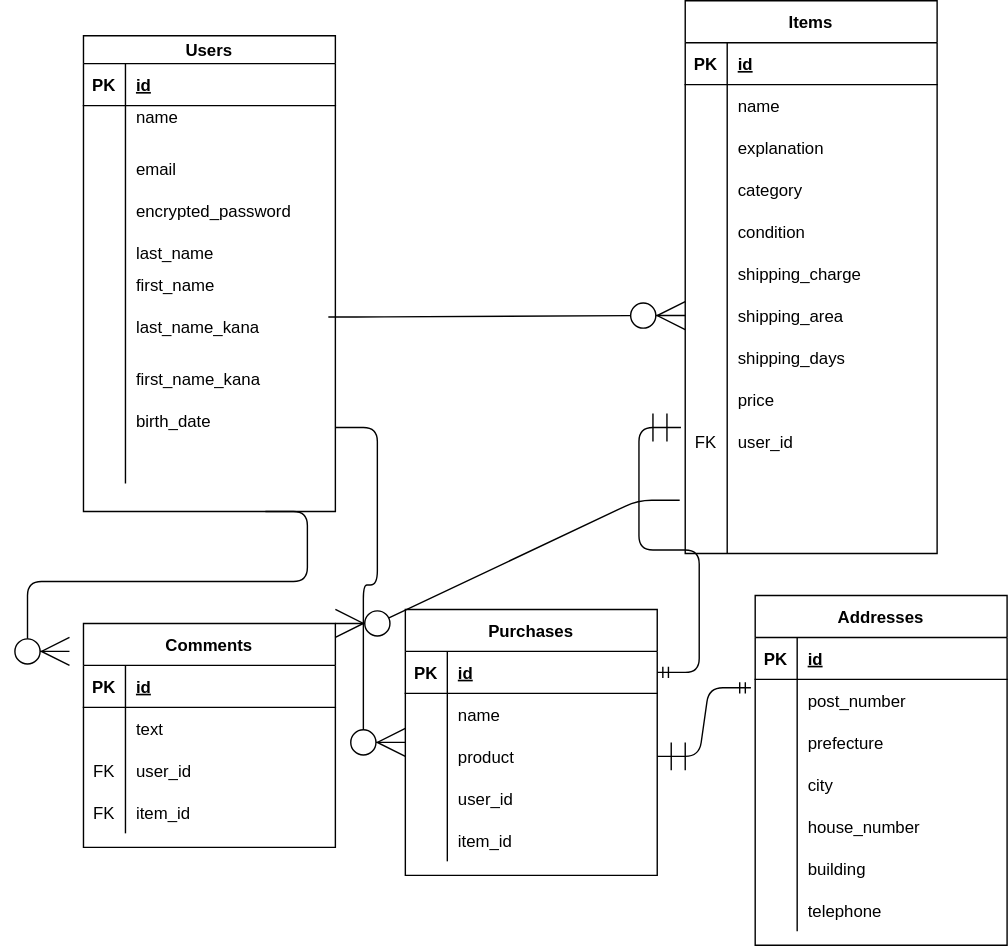
The draw.io diagram test.drawio.svg in kazu121212/furima-37083, before a commit. Source tidied: cells renumbered, new cells last; positions are measured from the earlier drawing's top-left corner, leaving out a move shared by most shapes.
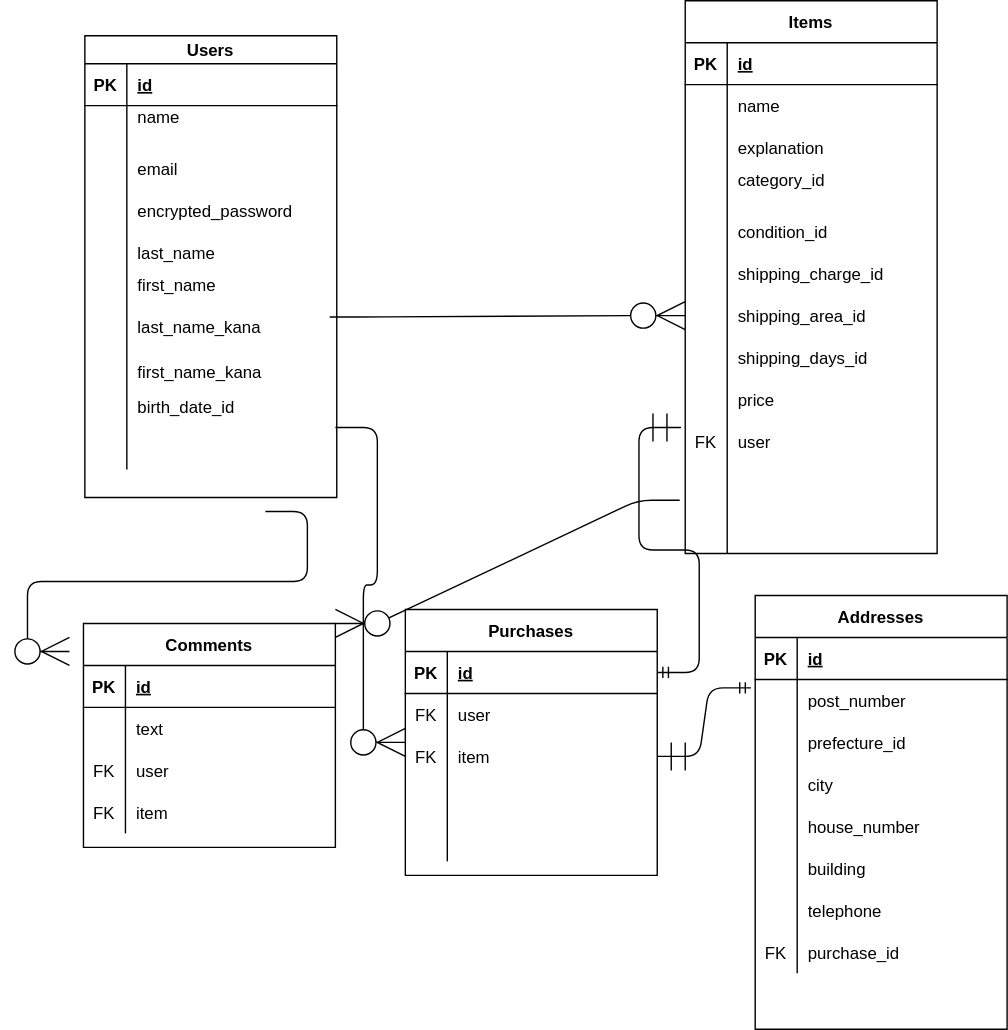
The same diagram one commit later.

Commit message:
カラム名変更

Diff of the diagram source:
```diff
@@ -3,7 +3,7 @@
     <mxCell id="0" />
     <mxCell id="1" parent="0" />
     <mxCell id="2" value="Users" style="shape=table;startSize=20;rowLines=0;fontStyle=1;align=center;" parent="1" vertex="1">
-      <mxGeometry x="10" y="25" width="180" height="340" as="geometry" />
+      <mxGeometry x="11" y="25" width="180" height="330" as="geometry" />
     </mxCell>
     <mxCell id="3" style="shape=partialRectangle;fillColor=none;top=0;left=0;bottom=1;right=0;" parent="2" vertex="1">
       <mxGeometry y="20" width="180" height="30" as="geometry" />
@@ -69,25 +69,25 @@
       <mxGeometry x="30" width="150" height="30" as="geometry" />
     </mxCell>
     <mxCell id="24" style="shape=partialRectangle;fillColor=none;top=0;left=0;bottom=0;right=0;" parent="2" vertex="1">
-      <mxGeometry y="230" width="180" height="30" as="geometry" />
+      <mxGeometry y="230" width="180" height="20" as="geometry" />
     </mxCell>
     <mxCell id="25" style="shape=partialRectangle;fillColor=none;top=0;left=0;bottom=0;right=0;overflow=hidden;" parent="24" vertex="1">
-      <mxGeometry width="30" height="30" as="geometry" />
+      <mxGeometry width="30" height="20" as="geometry" />
     </mxCell>
     <mxCell id="26" value="first_name_kana" style="shape=partialRectangle;fillColor=none;top=0;left=0;bottom=0;right=0;align=left;spacingLeft=6;overflow=hidden;" parent="24" vertex="1">
-      <mxGeometry x="30" width="150" height="30" as="geometry" />
+      <mxGeometry x="30" width="150" height="20" as="geometry" />
     </mxCell>
     <mxCell id="27" style="shape=partialRectangle;fillColor=none;top=0;left=0;bottom=0;right=0;" parent="2" vertex="1">
-      <mxGeometry y="260" width="180" height="30" as="geometry" />
+      <mxGeometry y="250" width="180" height="30" as="geometry" />
     </mxCell>
     <mxCell id="28" style="shape=partialRectangle;fillColor=none;top=0;left=0;bottom=0;right=0;overflow=hidden;" parent="27" vertex="1">
       <mxGeometry width="30" height="30" as="geometry" />
     </mxCell>
-    <mxCell id="29" value="birth_date" style="shape=partialRectangle;fillColor=none;top=0;left=0;bottom=0;right=0;align=left;spacingLeft=6;overflow=hidden;" parent="27" vertex="1">
+    <mxCell id="29" value="birth_date_id" style="shape=partialRectangle;fillColor=none;top=0;left=0;bottom=0;right=0;align=left;spacingLeft=6;overflow=hidden;" parent="27" vertex="1">
       <mxGeometry x="30" width="150" height="30" as="geometry" />
     </mxCell>
     <mxCell id="30" style="shape=partialRectangle;fillColor=none;top=0;left=0;bottom=0;right=0;" parent="2" vertex="1">
-      <mxGeometry y="290" width="180" height="30" as="geometry" />
+      <mxGeometry y="280" width="180" height="30" as="geometry" />
     </mxCell>
     <mxCell id="31" style="shape=partialRectangle;fillColor=none;top=0;left=0;bottom=0;right=0;overflow=hidden;" parent="30" vertex="1">
       <mxGeometry width="30" height="30" as="geometry" />
@@ -131,7 +131,7 @@
     <mxCell id="44" style="shape=partialRectangle;fillColor=none;top=0;left=0;bottom=0;right=0;overflow=hidden;" parent="43" vertex="1">
       <mxGeometry width="30" height="30" as="geometry" />
     </mxCell>
-    <mxCell id="45" value="category" style="shape=partialRectangle;fillColor=none;top=0;left=0;bottom=0;right=0;align=left;spacingLeft=6;overflow=hidden;" parent="43" vertex="1">
+    <mxCell id="45" value="category_id                &#10;" style="shape=partialRectangle;fillColor=none;top=0;left=0;bottom=0;right=0;align=left;spacingLeft=6;overflow=hidden;" parent="43" vertex="1">
       <mxGeometry x="30" width="150" height="30" as="geometry" />
     </mxCell>
     <mxCell id="46" style="shape=partialRectangle;fillColor=none;top=0;left=0;bottom=0;right=0;" parent="33" vertex="1">
@@ -140,7 +140,7 @@
     <mxCell id="47" style="shape=partialRectangle;fillColor=none;top=0;left=0;bottom=0;right=0;overflow=hidden;" parent="46" vertex="1">
       <mxGeometry width="30" height="30" as="geometry" />
     </mxCell>
-    <mxCell id="48" value="condition" style="shape=partialRectangle;fillColor=none;top=0;left=0;bottom=0;right=0;align=left;spacingLeft=6;overflow=hidden;" parent="46" vertex="1">
+    <mxCell id="48" value="condition_id" style="shape=partialRectangle;fillColor=none;top=0;left=0;bottom=0;right=0;align=left;spacingLeft=6;overflow=hidden;" parent="46" vertex="1">
       <mxGeometry x="30" width="150" height="30" as="geometry" />
     </mxCell>
     <mxCell id="49" style="shape=partialRectangle;fillColor=none;top=0;left=0;bottom=0;right=0;" parent="33" vertex="1">
@@ -149,7 +149,7 @@
     <mxCell id="50" style="shape=partialRectangle;fillColor=none;top=0;left=0;bottom=0;right=0;overflow=hidden;" parent="49" vertex="1">
       <mxGeometry width="30" height="30" as="geometry" />
     </mxCell>
-    <mxCell id="51" value="shipping_charge" style="shape=partialRectangle;fillColor=none;top=0;left=0;bottom=0;right=0;align=left;spacingLeft=6;overflow=hidden;" parent="49" vertex="1">
+    <mxCell id="51" value="shipping_charge_id" style="shape=partialRectangle;fillColor=none;top=0;left=0;bottom=0;right=0;align=left;spacingLeft=6;overflow=hidden;" parent="49" vertex="1">
       <mxGeometry x="30" width="150" height="30" as="geometry" />
     </mxCell>
     <mxCell id="52" style="shape=partialRectangle;fillColor=none;top=0;left=0;bottom=0;right=0;points=[[0,0.5],[1,0.5]];portConstraint=eastwest;" parent="33" vertex="1">
@@ -158,7 +158,7 @@
     <mxCell id="53" style="shape=partialRectangle;fillColor=none;top=0;left=0;bottom=0;right=0;overflow=hidden;" parent="52" vertex="1">
       <mxGeometry width="30" height="30" as="geometry" />
     </mxCell>
-    <mxCell id="54" value="shipping_area" style="shape=partialRectangle;fillColor=none;top=0;left=0;bottom=0;right=0;align=left;spacingLeft=6;overflow=hidden;" parent="52" vertex="1">
+    <mxCell id="54" value="shipping_area_id" style="shape=partialRectangle;fillColor=none;top=0;left=0;bottom=0;right=0;align=left;spacingLeft=6;overflow=hidden;" parent="52" vertex="1">
       <mxGeometry x="30" width="150" height="30" as="geometry" />
     </mxCell>
     <mxCell id="55" style="shape=partialRectangle;fillColor=none;top=0;left=0;bottom=0;right=0;" parent="33" vertex="1">
@@ -167,7 +167,7 @@
     <mxCell id="56" style="shape=partialRectangle;fillColor=none;top=0;left=0;bottom=0;right=0;overflow=hidden;" parent="55" vertex="1">
       <mxGeometry width="30" height="30" as="geometry" />
     </mxCell>
-    <mxCell id="57" value="shipping_days" style="shape=partialRectangle;fillColor=none;top=0;left=0;bottom=0;right=0;align=left;spacingLeft=6;overflow=hidden;" parent="55" vertex="1">
+    <mxCell id="57" value="shipping_days_id" style="shape=partialRectangle;fillColor=none;top=0;left=0;bottom=0;right=0;align=left;spacingLeft=6;overflow=hidden;" parent="55" vertex="1">
       <mxGeometry x="30" width="150" height="30" as="geometry" />
     </mxCell>
     <mxCell id="58" style="shape=partialRectangle;fillColor=none;top=0;left=0;bottom=0;right=0;" parent="33" vertex="1">
@@ -185,7 +185,7 @@
     <mxCell id="62" value="FK" style="shape=partialRectangle;fillColor=none;top=0;left=0;bottom=0;right=0;overflow=hidden;" parent="61" vertex="1">
       <mxGeometry width="30" height="30" as="geometry" />
     </mxCell>
-    <mxCell id="63" value="user_id" style="shape=partialRectangle;fillColor=none;top=0;left=0;bottom=0;right=0;align=left;spacingLeft=6;overflow=hidden;" parent="61" vertex="1">
+    <mxCell id="63" value="user" style="shape=partialRectangle;fillColor=none;top=0;left=0;bottom=0;right=0;align=left;spacingLeft=6;overflow=hidden;" parent="61" vertex="1">
       <mxGeometry x="30" width="150" height="30" as="geometry" />
     </mxCell>
     <mxCell id="64" style="shape=partialRectangle;fillColor=none;top=0;left=0;bottom=0;right=0;points=[[0,0.5],[1,0.5]];portConstraint=eastwest;" parent="33" vertex="1">
@@ -233,7 +233,7 @@
     <mxCell id="78" value="FK" style="shape=partialRectangle;fillColor=none;top=0;left=0;bottom=0;right=0;overflow=hidden;" parent="77" vertex="1">
       <mxGeometry width="30" height="30" as="geometry" />
     </mxCell>
-    <mxCell id="79" value="user_id" style="shape=partialRectangle;fillColor=none;top=0;left=0;bottom=0;right=0;align=left;spacingLeft=6;overflow=hidden;" parent="77" vertex="1">
+    <mxCell id="79" value="user" style="shape=partialRectangle;fillColor=none;top=0;left=0;bottom=0;right=0;align=left;spacingLeft=6;overflow=hidden;" parent="77" vertex="1">
       <mxGeometry x="30" width="150" height="30" as="geometry" />
     </mxCell>
     <mxCell id="80" style="shape=partialRectangle;fillColor=none;top=0;left=0;bottom=0;right=0;" parent="70" vertex="1">
@@ -242,7 +242,7 @@
     <mxCell id="81" value="FK" style="shape=partialRectangle;fillColor=none;top=0;left=0;bottom=0;right=0;overflow=hidden;" parent="80" vertex="1">
       <mxGeometry width="30" height="30" as="geometry" />
     </mxCell>
-    <mxCell id="82" value="item_id" style="shape=partialRectangle;fillColor=none;top=0;left=0;bottom=0;right=0;align=left;spacingLeft=6;overflow=hidden;" parent="80" vertex="1">
+    <mxCell id="82" value="item" style="shape=partialRectangle;fillColor=none;top=0;left=0;bottom=0;right=0;align=left;spacingLeft=6;overflow=hidden;" parent="80" vertex="1">
       <mxGeometry x="30" width="150" height="30" as="geometry" />
     </mxCell>
     <mxCell id="83" value="Purchases" style="shape=table;startSize=30;rowLines=0;fontStyle=1;align=center;" parent="1" vertex="1">
@@ -260,19 +260,19 @@
     <mxCell id="87" style="shape=partialRectangle;fillColor=none;top=0;left=0;bottom=0;right=0;" parent="83" vertex="1">
       <mxGeometry y="60" width="180" height="30" as="geometry" />
     </mxCell>
-    <mxCell id="88" style="shape=partialRectangle;fillColor=none;top=0;left=0;bottom=0;right=0;overflow=hidden;" parent="87" vertex="1">
+    <mxCell id="88" value="FK" style="shape=partialRectangle;fillColor=none;top=0;left=0;bottom=0;right=0;overflow=hidden;" parent="87" vertex="1">
       <mxGeometry width="30" height="30" as="geometry" />
     </mxCell>
-    <mxCell id="89" value="name" style="shape=partialRectangle;fillColor=none;top=0;left=0;bottom=0;right=0;align=left;spacingLeft=6;overflow=hidden;" parent="87" vertex="1">
+    <mxCell id="89" style="shape=partialRectangle;fillColor=none;top=0;left=0;bottom=0;right=0;align=left;spacingLeft=6;overflow=hidden;" parent="87" vertex="1">
       <mxGeometry x="30" width="150" height="30" as="geometry" />
     </mxCell>
     <mxCell id="90" style="shape=partialRectangle;fillColor=none;top=0;left=0;bottom=0;right=0;points=[[0,0.5],[1,0.5]];portConstraint=eastwest;" parent="83" vertex="1">
       <mxGeometry y="90" width="180" height="30" as="geometry" />
     </mxCell>
-    <mxCell id="91" style="shape=partialRectangle;fillColor=none;top=0;left=0;bottom=0;right=0;overflow=hidden;" parent="90" vertex="1">
+    <mxCell id="91" value="FK" style="shape=partialRectangle;fillColor=none;top=0;left=0;bottom=0;right=0;overflow=hidden;" parent="90" vertex="1">
       <mxGeometry width="30" height="30" as="geometry" />
     </mxCell>
-    <mxCell id="92" value="product" style="shape=partialRectangle;fillColor=none;top=0;left=0;bottom=0;right=0;align=left;spacingLeft=6;overflow=hidden;" parent="90" vertex="1">
+    <mxCell id="92" value="item" style="shape=partialRectangle;fillColor=none;top=0;left=0;bottom=0;right=0;align=left;spacingLeft=6;overflow=hidden;" parent="90" vertex="1">
       <mxGeometry x="30" width="150" height="30" as="geometry" />
     </mxCell>
     <mxCell id="93" style="shape=partialRectangle;fillColor=none;top=0;left=0;bottom=0;right=0;" parent="83" vertex="1">
@@ -281,7 +281,7 @@
     <mxCell id="94" style="shape=partialRectangle;fillColor=none;top=0;left=0;bottom=0;right=0;overflow=hidden;" parent="93" vertex="1">
       <mxGeometry width="30" height="30" as="geometry" />
     </mxCell>
-    <mxCell id="95" value="user_id" style="shape=partialRectangle;fillColor=none;top=0;left=0;bottom=0;right=0;align=left;spacingLeft=6;overflow=hidden;" parent="93" vertex="1">
+    <mxCell id="95" style="shape=partialRectangle;fillColor=none;top=0;left=0;bottom=0;right=0;align=left;spacingLeft=6;overflow=hidden;" parent="93" vertex="1">
       <mxGeometry x="30" width="150" height="30" as="geometry" />
     </mxCell>
     <mxCell id="96" style="shape=partialRectangle;fillColor=none;top=0;left=0;bottom=0;right=0;" parent="83" vertex="1">
@@ -290,11 +290,11 @@
     <mxCell id="97" style="shape=partialRectangle;fillColor=none;top=0;left=0;bottom=0;right=0;overflow=hidden;" parent="96" vertex="1">
       <mxGeometry width="30" height="30" as="geometry" />
     </mxCell>
-    <mxCell id="98" value="item_id" style="shape=partialRectangle;fillColor=none;top=0;left=0;bottom=0;right=0;align=left;spacingLeft=6;overflow=hidden;" parent="96" vertex="1">
+    <mxCell id="98" style="shape=partialRectangle;fillColor=none;top=0;left=0;bottom=0;right=0;align=left;spacingLeft=6;overflow=hidden;" parent="96" vertex="1">
       <mxGeometry x="30" width="150" height="30" as="geometry" />
     </mxCell>
     <mxCell id="99" value="Addresses" style="shape=table;startSize=30;rowLines=0;fontStyle=1;align=center;" parent="1" vertex="1">
-      <mxGeometry x="490" y="425" width="180" height="250" as="geometry" />
+      <mxGeometry x="490" y="425" width="180" height="310" as="geometry" />
     </mxCell>
     <mxCell id="100" style="shape=partialRectangle;fillColor=none;top=0;left=0;bottom=1;right=0;" parent="99" vertex="1">
       <mxGeometry y="30" width="180" height="30" as="geometry" />
@@ -320,7 +320,7 @@
     <mxCell id="107" style="shape=partialRectangle;fillColor=none;top=0;left=0;bottom=0;right=0;overflow=hidden;" parent="106" vertex="1">
       <mxGeometry width="30" height="30" as="geometry" />
     </mxCell>
-    <mxCell id="108" value="prefecture" style="shape=partialRectangle;fillColor=none;top=0;left=0;bottom=0;right=0;align=left;spacingLeft=6;overflow=hidden;" parent="106" vertex="1">
+    <mxCell id="108" value="prefecture_id" style="shape=partialRectangle;fillColor=none;top=0;left=0;bottom=0;right=0;align=left;spacingLeft=6;overflow=hidden;" parent="106" vertex="1">
       <mxGeometry x="30" width="150" height="30" as="geometry" />
     </mxCell>
     <mxCell id="109" style="shape=partialRectangle;fillColor=none;top=0;left=0;bottom=0;right=0;" parent="99" vertex="1">
@@ -359,6 +359,15 @@
     <mxCell id="120" value="telephone" style="shape=partialRectangle;fillColor=none;top=0;left=0;bottom=0;right=0;align=left;spacingLeft=6;overflow=hidden;" parent="118" vertex="1">
       <mxGeometry x="30" width="150" height="30" as="geometry" />
     </mxCell>
+    <mxCell id="127" style="shape=partialRectangle;fillColor=none;top=0;left=0;bottom=0;right=0;" parent="99" vertex="1">
+      <mxGeometry y="240" width="180" height="30" as="geometry" />
+    </mxCell>
+    <mxCell id="128" value="FK" style="shape=partialRectangle;fillColor=none;top=0;left=0;bottom=0;right=0;overflow=hidden;" parent="127" vertex="1">
+      <mxGeometry width="30" height="30" as="geometry" />
+    </mxCell>
+    <mxCell id="129" value="purchase_id" style="shape=partialRectangle;fillColor=none;top=0;left=0;bottom=0;right=0;align=left;spacingLeft=6;overflow=hidden;" parent="127" vertex="1">
+      <mxGeometry x="30" width="150" height="30" as="geometry" />
+    </mxCell>
     <mxCell id="121" style="edgeStyle=entityRelationEdgeStyle;fontSize=12;html=1;endArrow=ERzeroToMany;endFill=1;entryX=0;entryY=0.5;entryDx=0;entryDy=0;endSize=18;exitX=0.972;exitY=0.033;exitDx=0;exitDy=0;exitPerimeter=0;" parent="1" edge="1" source="21" target="52">
       <mxGeometry relative="1" as="geometry" />
     </mxCell>
@@ -382,5 +391,8 @@
         <mxPoint x="190" y="305" as="sourcePoint" />
       </mxGeometry>
     </mxCell>
+    <mxCell id="130" value="user" style="shape=partialRectangle;fillColor=none;top=0;left=0;bottom=0;right=0;align=left;spacingLeft=6;overflow=hidden;" parent="1" vertex="1">
+      <mxGeometry x="270" y="495" width="150" height="30" as="geometry" />
+    </mxCell>
   </root>
 </mxGraphModel>
```
